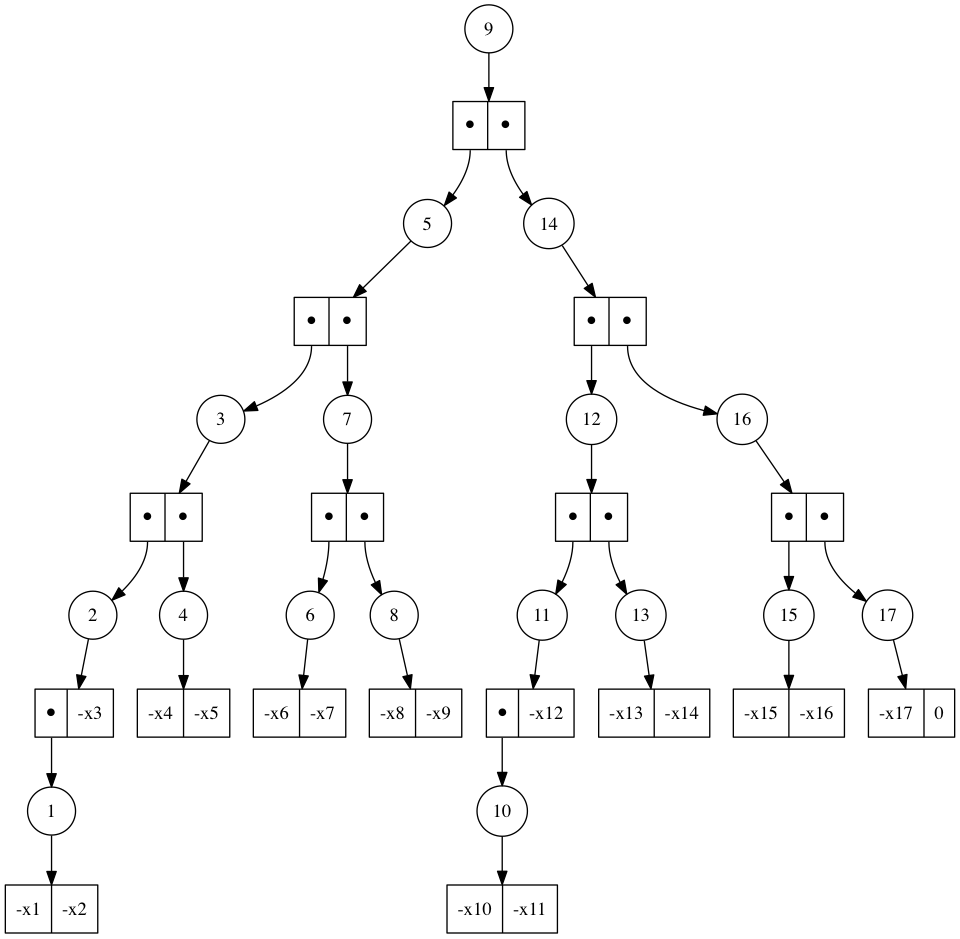
Before: dotG/test0/f=0.dot.png, a diagram exported from Graphviz (fangbq/SFDD). Its source is kept beside it as dotG/test0/f=0.dot.
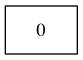
After the change.

The edit, as a diff of the source:
```diff
@@ -1,69 +1,3 @@
 digraph G {
-	Dec_0_1 [shape=circle, label="9"]
-	Dec_0_1 -> Ele_1_1
-	Ele_1_1 [shape=record,label="<f0> ●|<f1> ●"]
-	Ele_1_1:f0 -> Dec_2_1
-	Dec_2_1 [shape=circle, label="5"]
-	Dec_2_1 -> Ele_3_1
-	Ele_3_1 [shape=record,label="<f0> ●|<f1> ●"]
-	Ele_3_1:f0 -> Dec_4_1
-	Dec_4_1 [shape=circle, label="3"]
-	Dec_4_1 -> Ele_5_1
-	Ele_5_1 [shape=record,label="<f0> ●|<f1> ●"]
-	Ele_5_1:f0 -> Dec_6_1
-	Dec_6_1 [shape=circle, label="2"]
-	Dec_6_1 -> Ele_7_1
-	Ele_7_1 [shape=record,label="<f0> ●|<f1> -x3"]
-	Ele_7_1:f0 -> Dec_8_1
-	Dec_8_1 [shape=circle, label="1"]
-	Dec_8_1 -> Ele_9_1
-	Ele_9_1 [shape=record,label="<f0> -x1|<f1> -x2"]
-	Ele_5_1:f1 -> Dec_6_2
-	Dec_6_2 [shape=circle, label="4"]
-	Dec_6_2 -> Ele_7_2
-	Ele_7_2 [shape=record,label="<f0> -x4|<f1> -x5"]
-	Ele_3_1:f1 -> Dec_4_2
-	Dec_4_2 [shape=circle, label="7"]
-	Dec_4_2 -> Ele_5_2
-	Ele_5_2 [shape=record,label="<f0> ●|<f1> ●"]
-	Ele_5_2:f0 -> Dec_6_3
-	Dec_6_3 [shape=circle, label="6"]
-	Dec_6_3 -> Ele_7_3
-	Ele_7_3 [shape=record,label="<f0> -x6|<f1> -x7"]
-	Ele_5_2:f1 -> Dec_6_4
-	Dec_6_4 [shape=circle, label="8"]
-	Dec_6_4 -> Ele_7_4
-	Ele_7_4 [shape=record,label="<f0> -x8|<f1> -x9"]
-	Ele_1_1:f1 -> Dec_2_2
-	Dec_2_2 [shape=circle, label="14"]
-	Dec_2_2 -> Ele_3_2
-	Ele_3_2 [shape=record,label="<f0> ●|<f1> ●"]
-	Ele_3_2:f0 -> Dec_4_3
-	Dec_4_3 [shape=circle, label="12"]
-	Dec_4_3 -> Ele_5_3
-	Ele_5_3 [shape=record,label="<f0> ●|<f1> ●"]
-	Ele_5_3:f0 -> Dec_6_5
-	Dec_6_5 [shape=circle, label="11"]
-	Dec_6_5 -> Ele_7_5
-	Ele_7_5 [shape=record,label="<f0> ●|<f1> -x12"]
-	Ele_7_5:f0 -> Dec_8_2
-	Dec_8_2 [shape=circle, label="10"]
-	Dec_8_2 -> Ele_9_2
-	Ele_9_2 [shape=record,label="<f0> -x10|<f1> -x11"]
-	Ele_5_3:f1 -> Dec_6_6
-	Dec_6_6 [shape=circle, label="13"]
-	Dec_6_6 -> Ele_7_6
-	Ele_7_6 [shape=record,label="<f0> -x13|<f1> -x14"]
-	Ele_3_2:f1 -> Dec_4_4
-	Dec_4_4 [shape=circle, label="16"]
-	Dec_4_4 -> Ele_5_4
-	Ele_5_4 [shape=record,label="<f0> ●|<f1> ●"]
-	Ele_5_4:f0 -> Dec_6_7
-	Dec_6_7 [shape=circle, label="15"]
-	Dec_6_7 -> Ele_7_7
-	Ele_7_7 [shape=record,label="<f0> -x15|<f1> -x16"]
-	Ele_5_4:f1 -> Dec_6_8
-	Dec_6_8 [shape=circle, label="17"]
-	Dec_6_8 -> Ele_7_8
-	Ele_7_8 [shape=record,label="<f0> -x17|<f1> 0"]
+	0 [shape=record, label="0"]
 }
```
